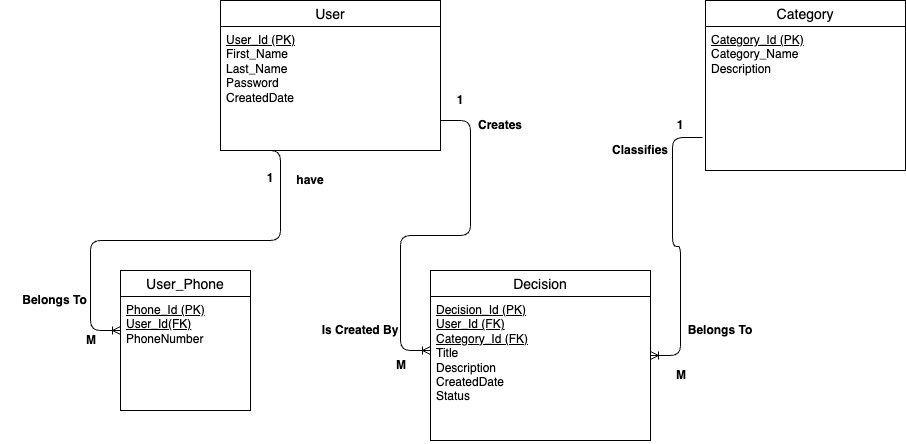
nirmala-sharma/decision-log keeps this draw.io diagram as public/images/erd.png. Above is the earlier version. Source tidied: cells renumbered, new cells last; positions are measured from the earlier drawing's top-left corner, leaving out a move shared by most shapes.
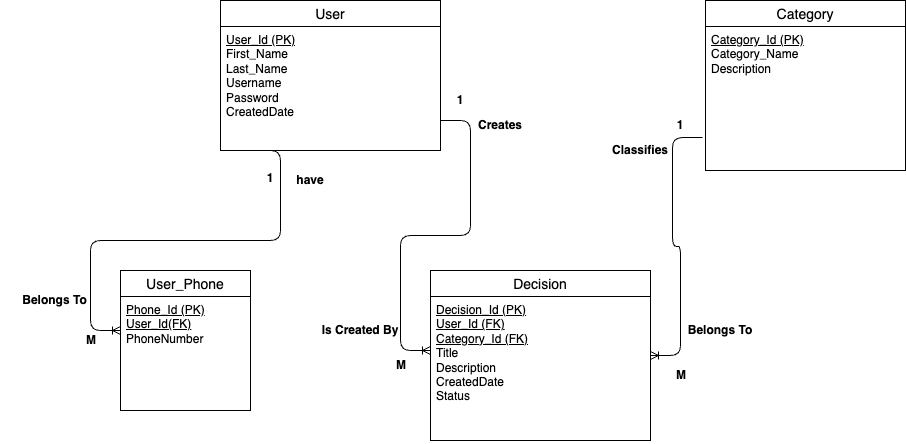
The same diagram one commit later.

Commit message:
added relations diagram in readme file

What changed in the source:
```diff
@@ -5,7 +5,7 @@
     <mxCell id="2" value="User" style="swimlane;fontStyle=0;horizontal=1;startSize=26;align=center;fontSize=14;" parent="1" vertex="1">
       <mxGeometry x="220" width="220" height="150" as="geometry" />
     </mxCell>
-    <mxCell id="3" value="&lt;u&gt;User_Id (PK)&lt;/u&gt;&lt;div&gt;First_Name&lt;/div&gt;&lt;div&gt;Last_Name&lt;/div&gt;&lt;div&gt;Password&lt;/div&gt;&lt;div&gt;CreatedDate&lt;/div&gt;" style="text;strokeColor=none;fillColor=none;spacingLeft=4;spacingRight=4;overflow=hidden;fontSize=12;whiteSpace=wrap;html=1;" parent="2" vertex="1">
+    <mxCell id="3" value="&lt;u&gt;User_Id (PK)&lt;/u&gt;&lt;div&gt;First_Name&lt;/div&gt;&lt;div&gt;Last_Name&lt;/div&gt;&lt;div&gt;Username&lt;/div&gt;&lt;div&gt;Password&lt;/div&gt;&lt;div&gt;CreatedDate&lt;/div&gt;" style="text;strokeColor=none;fillColor=none;spacingLeft=4;spacingRight=4;overflow=hidden;fontSize=12;whiteSpace=wrap;html=1;" parent="2" vertex="1">
       <mxGeometry y="26" width="220" height="124" as="geometry" />
     </mxCell>
     <mxCell id="4" value="Decision" style="swimlane;fontStyle=0;horizontal=1;startSize=26;align=center;fontSize=14;" parent="1" vertex="1">
```
